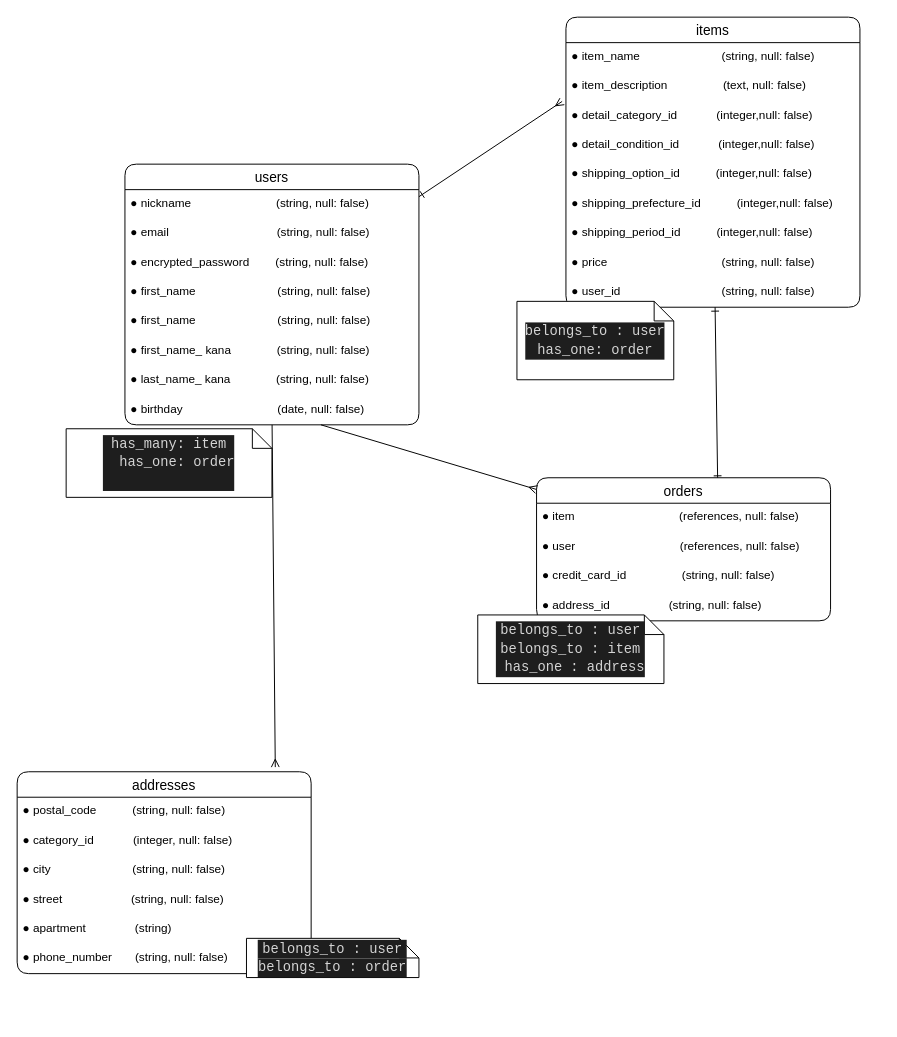
The draw.io diagram page "ER DIAGRAM" (1 of 2) of test.dio in rarapurpose/furima-39176, before the edit. Source tidied: cells renumbered, new cells numbered last; positions are measured from the earlier drawing's top-left corner, leaving out a move shared by most shapes. Both pictures are drawn from the tidied source at 98%, with x=0, y=0 at pixel (17, 17).
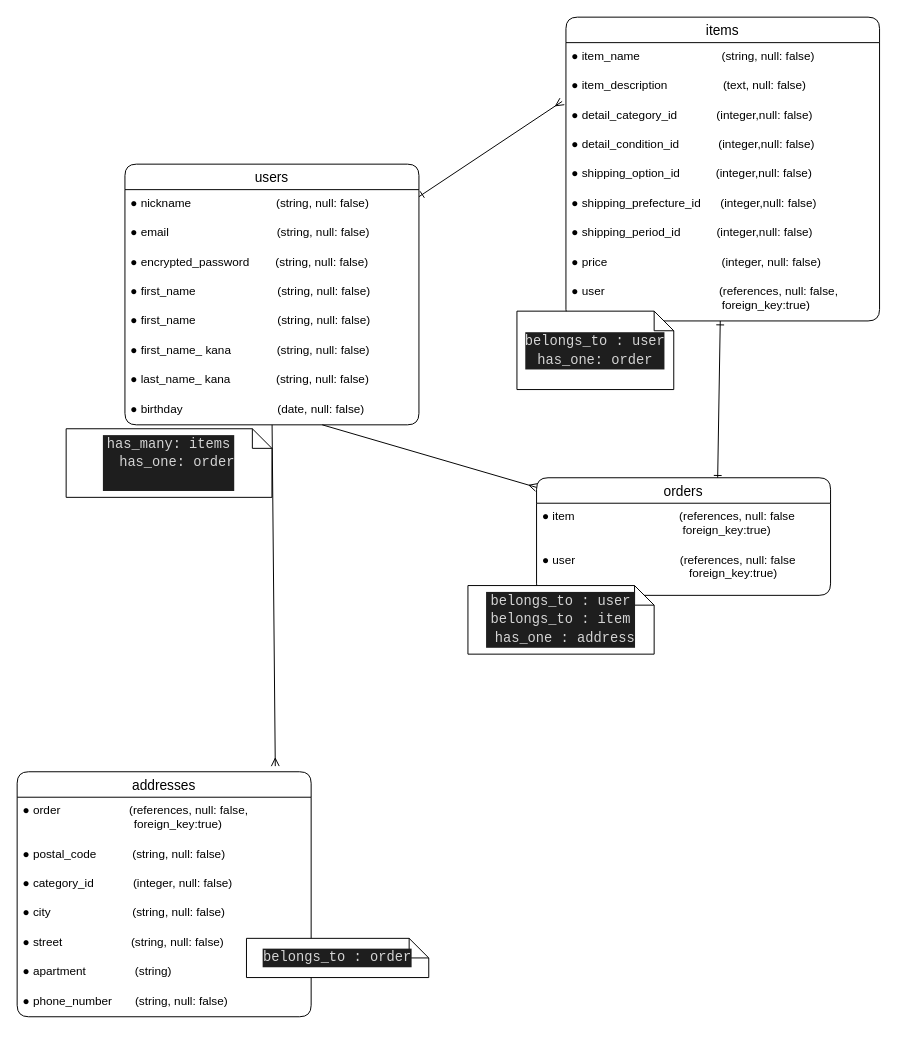
The same page after the edit.

Commit message (it also covers changes not shown here):
ER図修正３回目

What changed in the source:
```diff
@@
     <mxCell id="13" value="items" style="swimlane;fontStyle=0;horizontal=1;startSize=26;align=center;fontSize=14;rounded=1;" parent="1" vertex="1">
-      <mxGeometry x="560" width="300" height="296" as="geometry" />
+      <mxGeometry x="560" width="320" height="310" as="geometry" />
     </mxCell>
     <mxCell id="14" value="● item_name                         (string, null: false)" style="text;strokeColor=none;fillColor=none;spacingLeft=4;spacingRight=4;overflow=hidden;fontSize=12;rounded=1;" parent="13" vertex="1">
-      <mxGeometry y="26" width="300" height="30" as="geometry" />
+      <mxGeometry y="26" width="320" height="30" as="geometry" />
     </mxCell>
     <mxCell id="15" value="● item_description                 (text, null: false)" style="text;strokeColor=none;fillColor=none;spacingLeft=4;spacingRight=4;overflow=hidden;fontSize=12;rounded=1;" parent="13" vertex="1">
-      <mxGeometry y="56" width="300" height="30" as="geometry" />
+      <mxGeometry y="56" width="320" height="30" as="geometry" />
     </mxCell>
     <mxCell id="16" value="● detail_category_id            (integer,null: false)" style="text;strokeColor=none;fillColor=none;spacingLeft=4;spacingRight=4;overflow=hidden;fontSize=12;" parent="13" vertex="1">
-      <mxGeometry y="86" width="300" height="30" as="geometry" />
+      <mxGeometry y="86" width="320" height="30" as="geometry" />
     </mxCell>
     <mxCell id="17" value="● detail_condition_id            (integer,null: false)" style="text;strokeColor=none;fillColor=none;spacingLeft=4;spacingRight=4;overflow=hidden;fontSize=12;" parent="13" vertex="1">
-      <mxGeometry y="116" width="300" height="30" as="geometry" />
+      <mxGeometry y="116" width="320" height="30" as="geometry" />
     </mxCell>
     <mxCell id="18" value="● shipping_option_id           (integer,null: false)" style="text;strokeColor=none;fillColor=none;spacingLeft=4;spacingRight=4;overflow=hidden;fontSize=12;" parent="13" vertex="1">
-      <mxGeometry y="146" width="300" height="30" as="geometry" />
+      <mxGeometry y="146" width="320" height="30" as="geometry" />
     </mxCell>
-    <mxCell id="19" value="● shipping_prefecture_id           (integer,null: false)" style="text;strokeColor=none;fillColor=none;spacingLeft=4;spacingRight=4;overflow=hidden;fontSize=12;" parent="13" vertex="1">
-      <mxGeometry y="176" width="300" height="30" as="geometry" />
+    <mxCell id="19" value="● shipping_prefecture_id      (integer,null: false)" style="text;strokeColor=none;fillColor=none;spacingLeft=4;spacingRight=4;overflow=hidden;fontSize=12;" parent="13" vertex="1">
+      <mxGeometry y="176" width="320" height="30" as="geometry" />
     </mxCell>
     <mxCell id="20" value="● shipping_period_id           (integer,null: false)" style="text;strokeColor=none;fillColor=none;spacingLeft=4;spacingRight=4;overflow=hidden;fontSize=12;" parent="13" vertex="1">
-      <mxGeometry y="206" width="300" height="30" as="geometry" />
+      <mxGeometry y="206" width="320" height="30" as="geometry" />
     </mxCell>
-    <mxCell id="21" value="● price                                   (string, null: false)" style="text;strokeColor=none;fillColor=none;spacingLeft=4;spacingRight=4;overflow=hidden;fontSize=12;rounded=1;" parent="13" vertex="1">
-      <mxGeometry y="236" width="300" height="30" as="geometry" />
+    <mxCell id="21" value="● price                                   (integer, null: false)" style="text;strokeColor=none;fillColor=none;spacingLeft=4;spacingRight=4;overflow=hidden;fontSize=12;rounded=1;" parent="13" vertex="1">
+      <mxGeometry y="236" width="320" height="30" as="geometry" />
     </mxCell>
-    <mxCell id="22" value="● user_id                               (string, null: false)" style="text;strokeColor=none;fillColor=none;spacingLeft=4;spacingRight=4;overflow=hidden;fontSize=12;" parent="13" vertex="1">
-      <mxGeometry y="266" width="300" height="30" as="geometry" />
+    <mxCell id="22" value="● user                                   (references, null: false,&#10;                                              foreign_key:true)" style="text;strokeColor=none;fillColor=none;spacingLeft=4;spacingRight=4;overflow=hidden;fontSize=12;" parent="13" vertex="1">
+      <mxGeometry y="266" width="320" height="44" as="geometry" />
     </mxCell>
     <mxCell id="23" value="addresses" style="swimlane;fontStyle=0;horizontal=1;startSize=26;align=center;fontSize=14;rounded=1;" parent="1" vertex="1">
-      <mxGeometry y="770" width="300" height="206" as="geometry" />
+      <mxGeometry y="770" width="300" height="250" as="geometry" />
     </mxCell>
+    <mxCell id="41" value="● order                     (references, null: false,&#10;                                  foreign_key:true)" style="text;strokeColor=none;fillColor=none;spacingLeft=4;spacingRight=4;overflow=hidden;fontSize=12;" parent="23" vertex="1">
+      <mxGeometry y="26" width="300" height="44" as="geometry" />
+    </mxCell>
     <mxCell id="24" value="● postal_code           (string, null: false)" style="text;strokeColor=none;fillColor=none;spacingLeft=4;spacingRight=4;overflow=hidden;fontSize=12;rounded=1;" parent="23" vertex="1">
-      <mxGeometry y="26" width="300" height="30" as="geometry" />
+      <mxGeometry y="70" width="300" height="30" as="geometry" />
     </mxCell>
     <mxCell id="25" value="● category_id            (integer, null: false)" style="text;strokeColor=none;fillColor=none;spacingLeft=4;spacingRight=4;overflow=hidden;fontSize=12;rounded=1;" parent="23" vertex="1">
-      <mxGeometry y="56" width="300" height="30" as="geometry" />
+      <mxGeometry y="100" width="300" height="30" as="geometry" />
     </mxCell>
     <mxCell id="26" value="● city                         (string, null: false)" style="text;strokeColor=none;fillColor=none;spacingLeft=4;spacingRight=4;overflow=hidden;fontSize=12;rounded=1;" parent="23" vertex="1">
-      <mxGeometry y="86" width="300" height="30" as="geometry" />
+      <mxGeometry y="130" width="300" height="30" as="geometry" />
     </mxCell>
     <mxCell id="27" value="● street                     (string, null: false)" style="text;strokeColor=none;fillColor=none;spacingLeft=4;spacingRight=4;overflow=hidden;fontSize=12;rounded=1;" parent="23" vertex="1">
-      <mxGeometry y="116" width="300" height="30" as="geometry" />
+      <mxGeometry y="160" width="300" height="30" as="geometry" />
     </mxCell>
     <mxCell id="28" value="● apartment               (string)" style="text;strokeColor=none;fillColor=none;spacingLeft=4;spacingRight=4;overflow=hidden;fontSize=12;rounded=1;" parent="23" vertex="1">
-      <mxGeometry y="146" width="300" height="30" as="geometry" />
+      <mxGeometry y="190" width="300" height="30" as="geometry" />
     </mxCell>
     <mxCell id="29" value="● phone_number       (string, null: false)" style="text;strokeColor=none;fillColor=none;spacingLeft=4;spacingRight=4;overflow=hidden;fontSize=12;rounded=1;" parent="23" vertex="1">
-      <mxGeometry y="176" width="300" height="30" as="geometry" />
+      <mxGeometry y="220" width="300" height="30" as="geometry" />
     </mxCell>
@@
     <mxCell id="31" value="orders" style="swimlane;fontStyle=0;horizontal=1;startSize=26;align=center;fontSize=14;rounded=1;" parent="1" vertex="1">
-      <mxGeometry x="530" y="470" width="300" height="146" as="geometry" />
+      <mxGeometry x="530" y="470" width="300" height="120" as="geometry" />
     </mxCell>
-    <mxCell id="32" value="● item                                (references, null: false)" style="text;strokeColor=none;fillColor=none;spacingLeft=4;spacingRight=4;overflow=hidden;fontSize=12;rounded=1;" parent="31" vertex="1">
-      <mxGeometry y="26" width="300" height="30" as="geometry" />
+    <mxCell id="32" value="● item                                (references, null: false&#10;                                           foreign_key:true)&#10;" style="text;strokeColor=none;fillColor=none;spacingLeft=4;spacingRight=4;overflow=hidden;fontSize=12;rounded=1;" parent="31" vertex="1">
+      <mxGeometry y="26" width="300" height="44" as="geometry" />
     </mxCell>
-    <mxCell id="33" value="● user                                (references, null: false)" style="text;strokeColor=none;fillColor=none;spacingLeft=4;spacingRight=4;overflow=hidden;fontSize=12;" parent="31" vertex="1">
-      <mxGeometry y="56" width="300" height="30" as="geometry" />
+    <mxCell id="33" value="● user                                (references, null: false&#10;                                             foreign_key:true)&#10;" style="text;strokeColor=none;fillColor=none;spacingLeft=4;spacingRight=4;overflow=hidden;fontSize=12;" parent="31" vertex="1">
+      <mxGeometry y="70" width="300" height="50" as="geometry" />
     </mxCell>
-    <mxCell id="34" value="● credit_card_id                 (string, null: false)" style="text;strokeColor=none;fillColor=none;spacingLeft=4;spacingRight=4;overflow=hidden;fontSize=12;" parent="31" vertex="1">
-      <mxGeometry y="86" width="300" height="30" as="geometry" />
-    </mxCell>
-    <mxCell id="35" value="● address_id                  (string, null: false)" style="text;strokeColor=none;fillColor=none;spacingLeft=4;spacingRight=4;overflow=hidden;fontSize=12;" parent="31" vertex="1">
-      <mxGeometry y="116" width="300" height="30" as="geometry" />
-    </mxCell>
@@
-    <mxCell id="37" value="&lt;div style=&quot;color: rgb(212, 212, 212); background-color: rgb(30, 30, 30); font-family: Consolas, &amp;quot;Courier New&amp;quot;, monospace; font-size: 14px; line-height: 19px;&quot;&gt;belongs_to : user&lt;/div&gt;&lt;div style=&quot;color: rgb(212, 212, 212); background-color: rgb(30, 30, 30); font-family: Consolas, &amp;quot;Courier New&amp;quot;, monospace; font-size: 14px; line-height: 19px;&quot;&gt;&lt;div style=&quot;line-height: 19px;&quot;&gt;belongs_to : order &lt;/div&gt;&lt;/div&gt;" style="shape=note;size=20;whiteSpace=wrap;html=1;" parent="1" vertex="1">
-      <mxGeometry x="234" y="940" width="176" height="40" as="geometry" />
+    <mxCell id="37" value="&lt;div style=&quot;color: rgb(212, 212, 212); background-color: rgb(30, 30, 30); font-family: Consolas, &amp;quot;Courier New&amp;quot;, monospace; font-size: 14px; line-height: 19px;&quot;&gt;belongs_to : order&lt;br&gt;&lt;/div&gt;" style="shape=note;size=20;whiteSpace=wrap;html=1;" parent="1" vertex="1">
+      <mxGeometry x="234" y="940" width="186" height="40" as="geometry" />
     </mxCell>
-    <mxCell id="38" value="&lt;div style=&quot;color: rgb(212, 212, 212); background-color: rgb(30, 30, 30); font-family: Consolas, &amp;quot;Courier New&amp;quot;, monospace; font-size: 14px; line-height: 19px;&quot;&gt;&lt;div&gt;has_many: item&lt;/div&gt;&lt;div&gt;&amp;nbsp;&amp;nbsp;has_one: order&lt;/div&gt;&lt;div&gt;&amp;nbsp;&lt;/div&gt;&lt;/div&gt;" style="shape=note;size=20;whiteSpace=wrap;html=1;" parent="1" vertex="1">
+    <mxCell id="38" value="&lt;div style=&quot;color: rgb(212, 212, 212); background-color: rgb(30, 30, 30); font-family: Consolas, &amp;quot;Courier New&amp;quot;, monospace; font-size: 14px; line-height: 19px;&quot;&gt;&lt;div&gt;has_many: items&lt;/div&gt;&lt;div&gt;&amp;nbsp;&amp;nbsp;has_one: order&lt;/div&gt;&lt;div&gt;&amp;nbsp;&lt;/div&gt;&lt;/div&gt;" style="shape=note;size=20;whiteSpace=wrap;html=1;" parent="1" vertex="1">
       <mxGeometry x="50" y="420" width="210" height="70" as="geometry" />
     </mxCell>
     <mxCell id="39" value="&lt;div style=&quot;color: rgb(212, 212, 212); background-color: rgb(30, 30, 30); font-family: Consolas, &amp;quot;Courier New&amp;quot;, monospace; font-size: 14px; line-height: 19px;&quot;&gt;&lt;div&gt;belongs_to : user&lt;/div&gt;&lt;div&gt;belongs_to : item&lt;br&gt;&lt;/div&gt;&lt;div&gt;&amp;nbsp;has_one : address&lt;/div&gt;&lt;/div&gt;" style="shape=note;size=20;whiteSpace=wrap;html=1;" parent="1" vertex="1">
-      <mxGeometry x="470" y="610" width="190" height="70" as="geometry" />
+      <mxGeometry x="460" y="580" width="190" height="70" as="geometry" />
     </mxCell>
     <mxCell id="40" value="&lt;div style=&quot;color: rgb(212, 212, 212); background-color: rgb(30, 30, 30); font-family: Consolas, &amp;quot;Courier New&amp;quot;, monospace; font-size: 14px; line-height: 19px;&quot;&gt;&lt;div&gt;belongs_to : user&lt;/div&gt;&lt;div&gt;has_one: order&lt;/div&gt;&lt;/div&gt;" style="shape=note;size=20;whiteSpace=wrap;html=1;" parent="1" vertex="1">
-      <mxGeometry x="510" y="290" width="160" height="80" as="geometry" />
+      <mxGeometry x="510" y="300" width="160" height="80" as="geometry" />
     </mxCell>
```
